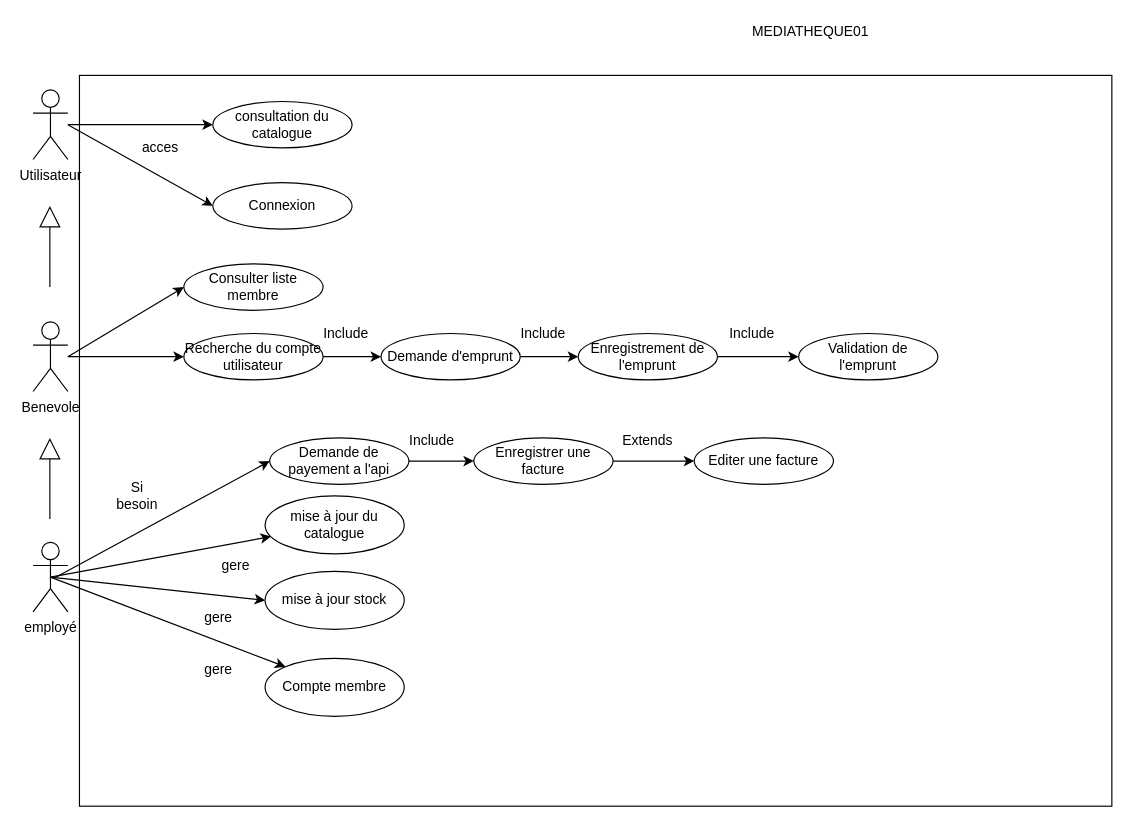
Before: page "Cas d'usage" (1 of 4) of developperDesComposantsdInterface/evaluation/UML.drawio in Mikaeldus/ExoCDA, a draw.io diagram. Source tidied: cells renumbered, new cells numbered last; positions are measured from the earlier drawing's top-left corner, leaving out a move shared by most shapes. Both pictures are drawn from the tidied source at 116%, with x=0, y=0 at pixel (32, 20).
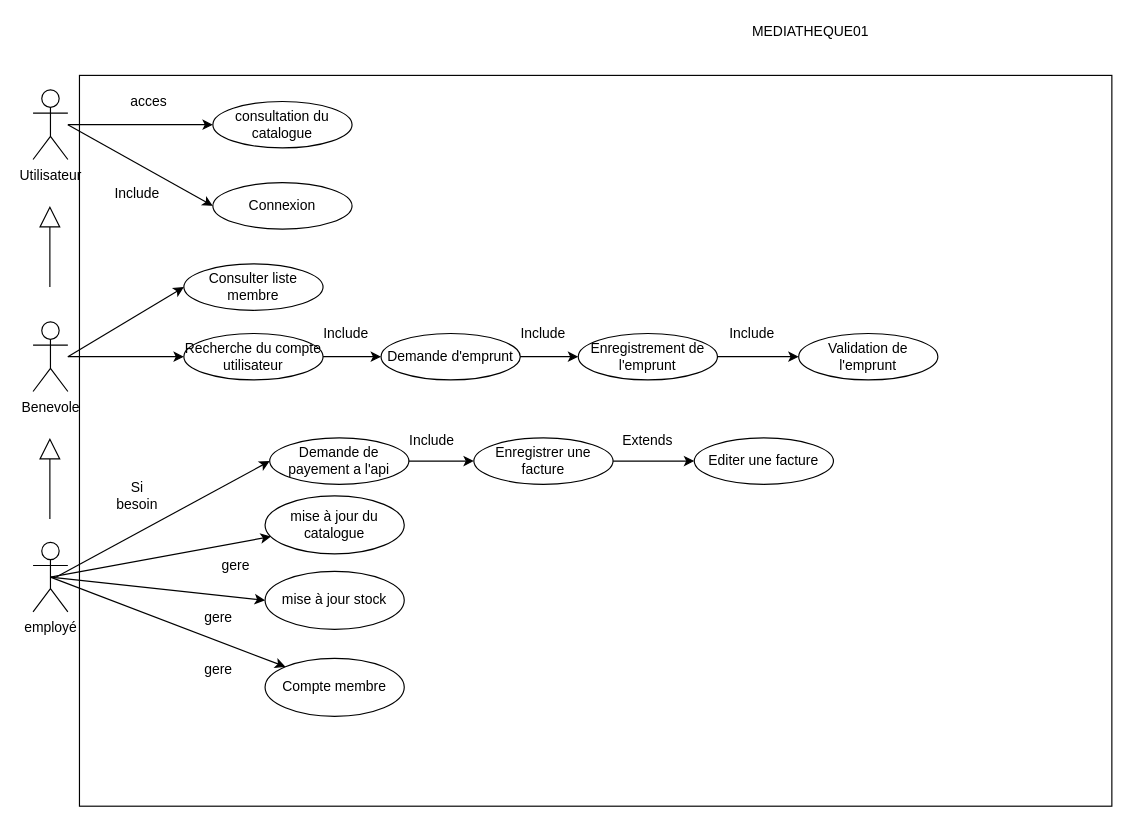
The same diagram, later.

The edit, as a diff of the source:
```diff
@@
     <mxCell id="18" value="acces" style="text;html=1;strokeColor=none;fillColor=none;align=center;verticalAlign=middle;whiteSpace=wrap;rounded=0;" parent="1" vertex="1">
-      <mxGeometry x="90" y="100" width="40" height="20" as="geometry" />
+      <mxGeometry x="80" y="60" width="40" height="20" as="geometry" />
     </mxCell>
@@
+    <mxCell id="46" value="Include" style="text;html=1;strokeColor=none;fillColor=none;align=center;verticalAlign=middle;whiteSpace=wrap;rounded=0;" parent="1" vertex="1">
+      <mxGeometry x="70" y="140" width="40" height="20" as="geometry" />
+    </mxCell>
```
